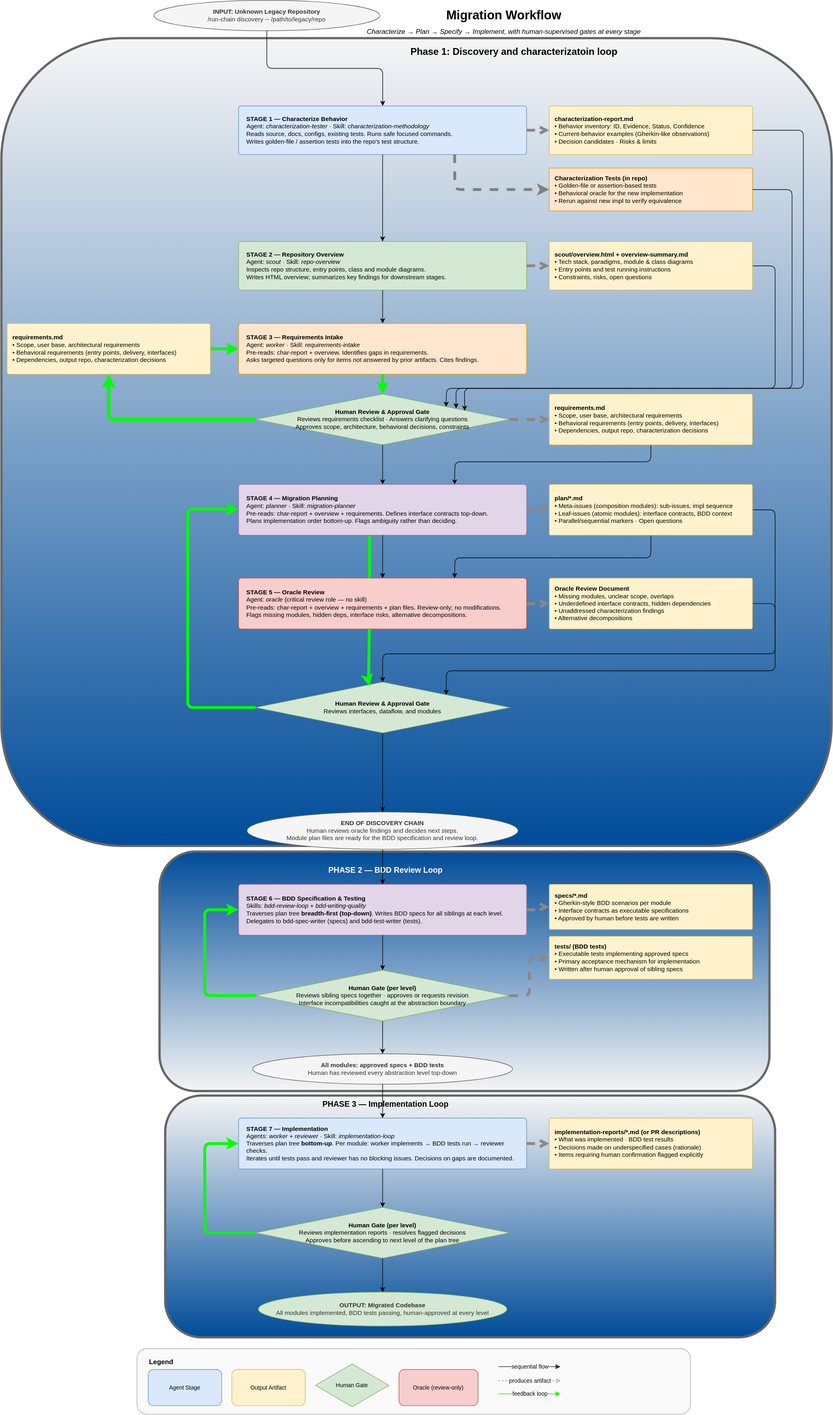
Above: workflow.svg in ssciwr/AgenticMigration (draw.io), before the change. Source tidied: cells renumbered, new cells last; positions are measured from the earlier drawing's top-left corner, leaving out a move shared by most shapes.
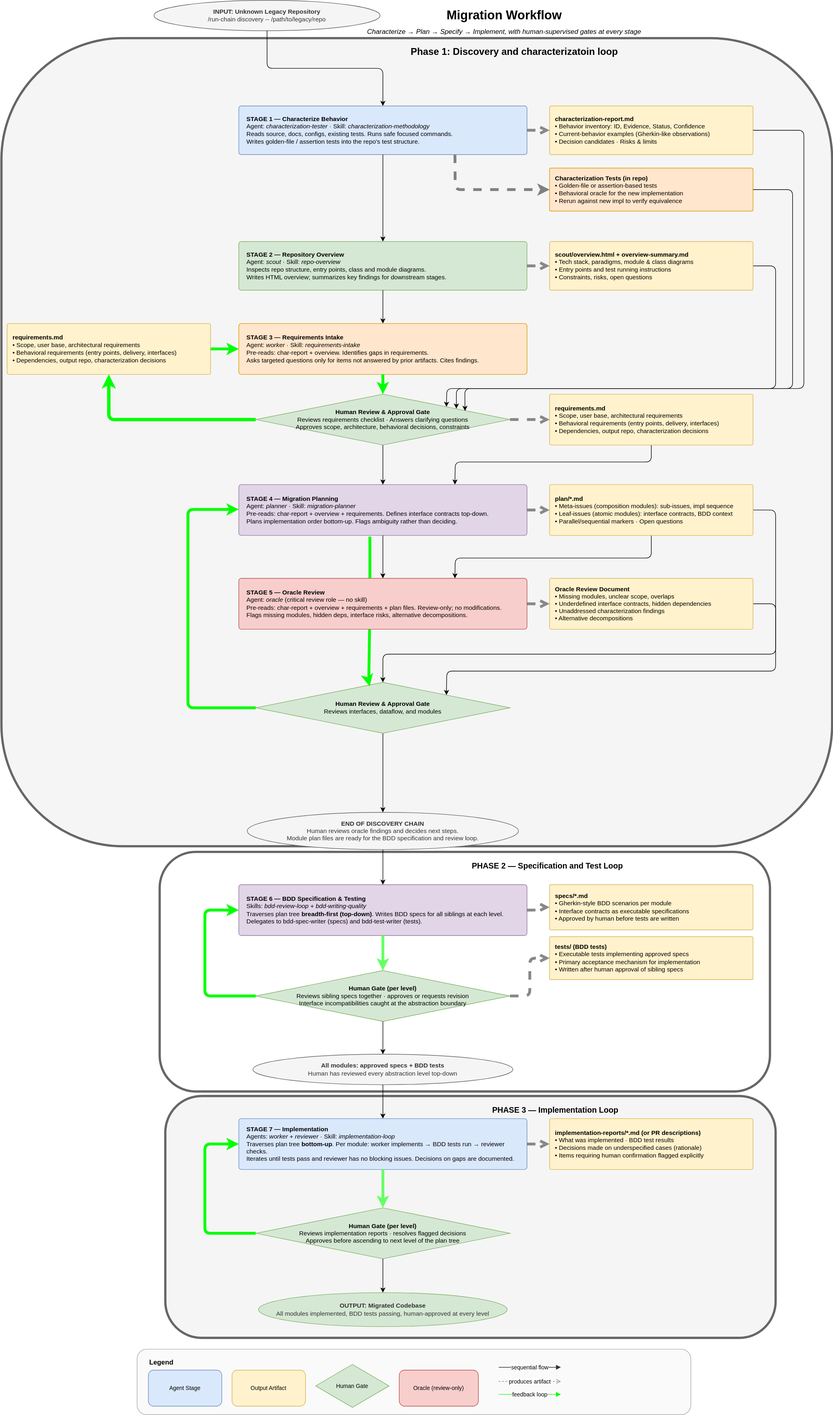
The same file after the commit.

Commit message:
update workflow vis

The edit, as a diff of the source:
```diff
@@ -2,13 +2,13 @@
   <root>
     <mxCell id="0" />
     <mxCell id="1" parent="0" />
-    <mxCell id="2" style="rounded=1;whiteSpace=wrap;html=1;fillColor=#f5f5f5;strokeWidth=4;fontColor=#333333;strokeColor=#666666;gradientColor=#004C99;gradientDirection=south;" parent="1" vertex="1">
+    <mxCell id="2" style="rounded=1;whiteSpace=wrap;html=1;fillColor=#f5f5f5;strokeWidth=4;fontColor=#333333;strokeColor=#666666;gradientColor=none;gradientDirection=south;" parent="1" vertex="1">
       <mxGeometry y="67" width="1470" height="1430" as="geometry" />
     </mxCell>
-    <mxCell id="3" style="rounded=1;whiteSpace=wrap;html=1;fillColor=#f5f5f5;strokeWidth=4;fontColor=#333333;strokeColor=#666666;gradientColor=#004C99;gradientDirection=north;" parent="1" vertex="1">
+    <mxCell id="3" style="rounded=1;whiteSpace=wrap;html=1;fillColor=default;strokeWidth=4;fontColor=#333333;strokeColor=#666666;gradientColor=none;gradientDirection=north;" parent="1" vertex="1">
       <mxGeometry x="280" y="1507" width="1080" height="424" as="geometry" />
     </mxCell>
-    <mxCell id="4" style="rounded=1;whiteSpace=wrap;html=1;fillColor=#f5f5f5;strokeWidth=4;fontColor=#333333;strokeColor=#666666;gradientColor=#004C99;" parent="1" vertex="1">
+    <mxCell id="4" style="rounded=1;whiteSpace=wrap;html=1;fillColor=#f5f5f5;strokeWidth=4;fontColor=#333333;strokeColor=#666666;gradientColor=none;" parent="1" vertex="1">
       <mxGeometry x="290" y="1939" width="1080" height="428" as="geometry" />
     </mxCell>
     <mxCell id="5" value="Migration Workflow" style="text;html=1;strokeColor=none;fillColor=none;align=center;verticalAlign=middle;whiteSpace=wrap;fontSize=22;fontStyle=1;" parent="1" vertex="1">
@@ -178,7 +178,7 @@
     <mxCell id="46" style="edgeStyle=orthogonalEdgeStyle;html=1;dashed=1;endArrow=open;endFill=0;strokeColor=#888888;strokeWidth=5;" parent="1" edge="1" source="42" target="41">
       <mxGeometry relative="1" as="geometry" />
     </mxCell>
-    <mxCell id="47" style="edgeStyle=orthogonalEdgeStyle;html=1;" parent="1" edge="1" source="39" target="42">
+    <mxCell id="47" style="edgeStyle=orthogonalEdgeStyle;html=1;strokeColor=#66FF66;strokeWidth=5;" parent="1" edge="1" source="39" target="42">
       <mxGeometry relative="1" as="geometry" />
     </mxCell>
     <mxCell id="48" style="edgeStyle=none;html=1;exitX=0;exitY=0.5;exitDx=0;exitDy=0;entryX=0;entryY=0.5;entryDx=0;entryDy=0;strokeColor=#00FF00;strokeWidth=5;" parent="1" edge="1" source="42" target="39">
@@ -193,7 +193,7 @@
       <mxGeometry relative="1" as="geometry" />
     </mxCell>
     <mxCell id="50" value="PHASE 3 — Implementation Loop" style="text;html=1;strokeColor=none;fillColor=none;align=center;verticalAlign=middle;fontSize=14;fontStyle=1;" parent="1" vertex="1">
-      <mxGeometry x="400" y="1939" width="560" height="30" as="geometry" />
+      <mxGeometry x="700" y="1949" width="560" height="30" as="geometry" />
     </mxCell>
     <mxCell id="51" value="&lt;b&gt;STAGE 7 — Implementation&lt;/b&gt;&lt;br&gt;Agents: &lt;i&gt;worker&lt;/i&gt; + &lt;i&gt;reviewer&lt;/i&gt;  ·  Skill: &lt;i&gt;implementation-loop&lt;/i&gt;&lt;br&gt;Traverses plan tree &lt;b&gt;bottom-up&lt;/b&gt;. Per module: worker implements → BDD tests run → reviewer checks.&lt;br&gt;Iterates until tests pass and reviewer has no blocking issues. Decisions on gaps are documented." style="rounded=1;whiteSpace=wrap;html=1;fillColor=#dae8fc;strokeColor=#6c8ebf;align=left;spacingLeft=12;arcSize=5;fontSize=11;" parent="1" vertex="1">
       <mxGeometry x="420" y="1979" width="510" height="90" as="geometry" />
@@ -213,7 +213,7 @@
     <mxCell id="56" style="edgeStyle=orthogonalEdgeStyle;html=1;dashed=1;endArrow=open;endFill=0;strokeColor=#888888;strokeWidth=5;" parent="1" edge="1" source="51" target="52">
       <mxGeometry relative="1" as="geometry" />
     </mxCell>
-    <mxCell id="57" style="edgeStyle=orthogonalEdgeStyle;html=1;" parent="1" edge="1" source="51" target="53">
+    <mxCell id="57" style="edgeStyle=orthogonalEdgeStyle;html=1;strokeColor=#66FF66;strokeWidth=5;" parent="1" edge="1" source="51" target="53">
       <mxGeometry relative="1" as="geometry" />
     </mxCell>
     <mxCell id="58" style="edgeStyle=none;html=1;exitX=0;exitY=0.5;exitDx=0;exitDy=0;entryX=0;entryY=0.5;entryDx=0;entryDy=0;strokeColor=#00FF00;strokeWidth=5;" parent="1" edge="1" source="53" target="51">
@@ -323,5 +323,8 @@
     <mxCell id="79" value="&lt;font style=&quot;font-size: 17px;&quot;&gt;&lt;b style=&quot;&quot;&gt;Phase 1: Discovery and characterizatoin loop&lt;/b&gt;&lt;/font&gt;" style="text;html=1;align=center;verticalAlign=middle;whiteSpace=wrap;rounded=0;" parent="1" vertex="1">
       <mxGeometry x="680" y="77" width="456" height="30" as="geometry" />
     </mxCell>
+    <mxCell id="80" value="PHASE 2 — Specification and Test Loop" style="text;html=1;strokeColor=none;fillColor=none;align=center;verticalAlign=middle;fontSize=14;fontStyle=1;" parent="1" vertex="1">
+      <mxGeometry x="686" y="1517" width="560" height="30" as="geometry" />
+    </mxCell>
   </root>
 </mxGraphModel>
```
